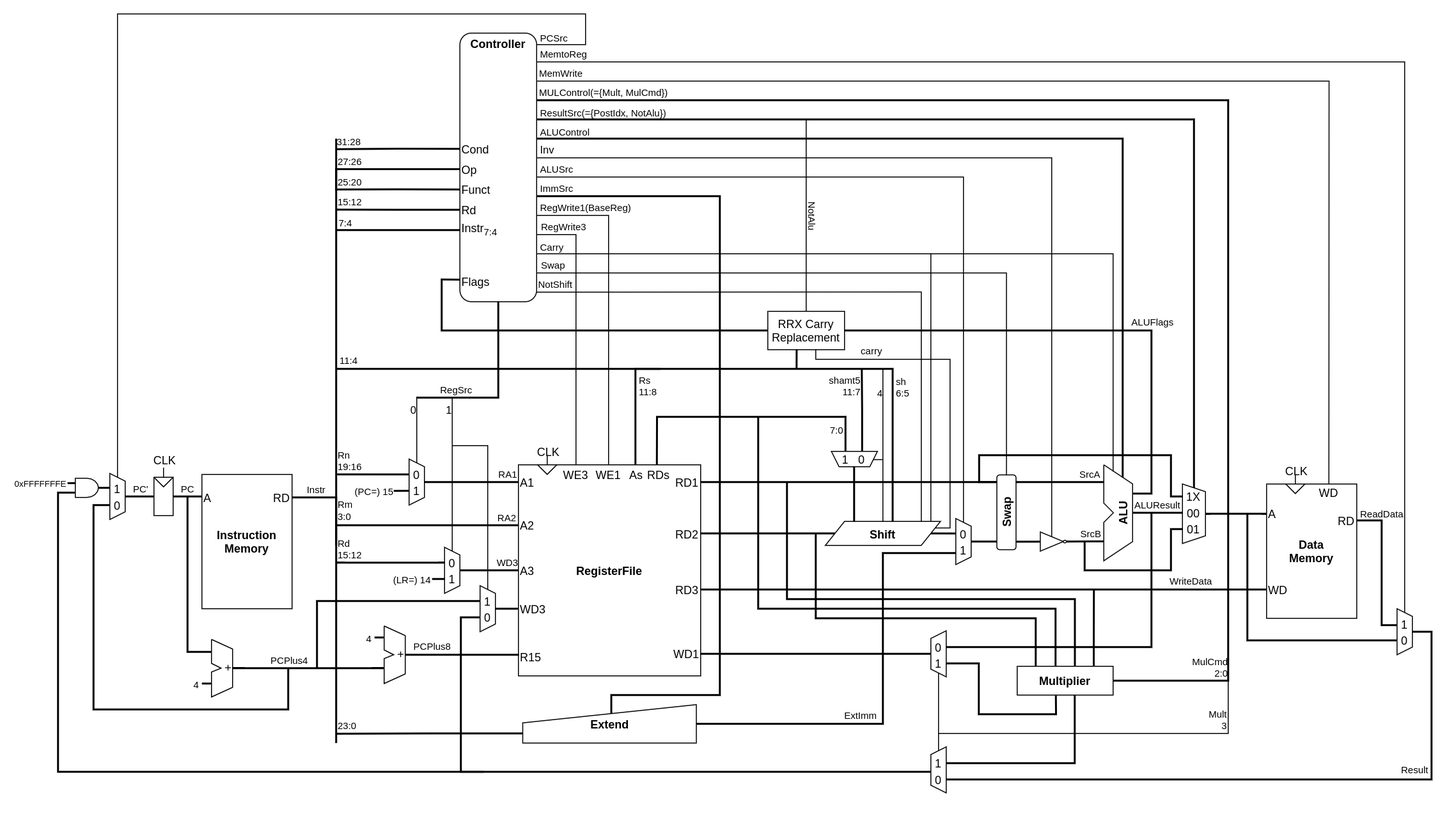
Before: asset/arm_cpu_diagram.drawio.png, a diagram exported from draw.io (takah29/arm-cpu). Source tidied: cells renumbered, new cells last; positions are measured from the earlier drawing's top-left corner, leaving out a move shared by most shapes.
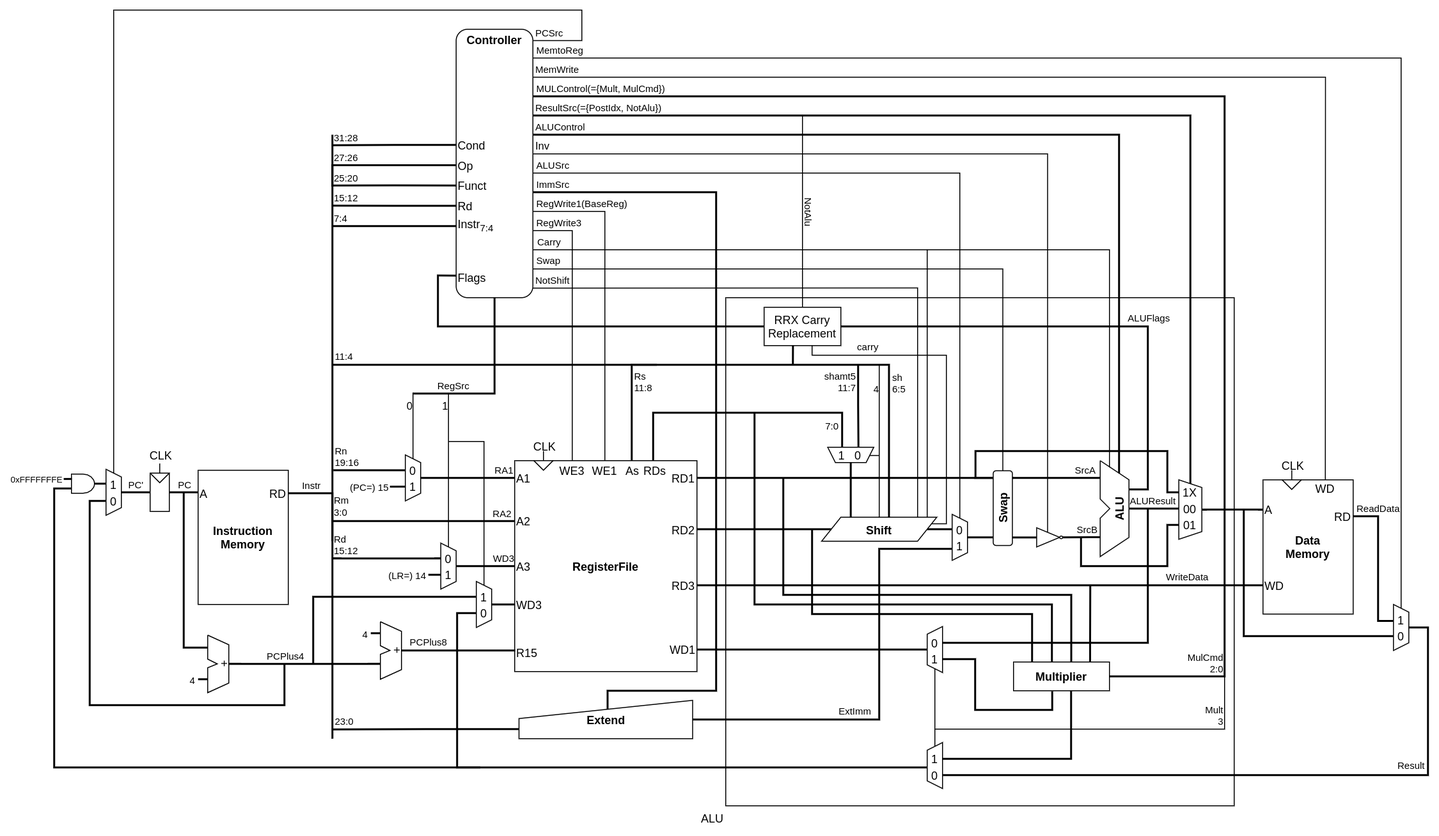
After the change.

Commit message:
Alu用のブロック追加

Diff of the diagram source:
```diff
@@ -2,6 +2,9 @@
   <root>
     <mxCell id="0" />
     <mxCell id="1" parent="0" />
+    <mxCell id="246" value="ALU" style="rounded=0;whiteSpace=wrap;html=1;verticalAlign=top;labelPosition=left;verticalLabelPosition=bottom;align=right;" parent="1" vertex="1">
+      <mxGeometry x="700" y="300" width="530" height="530" as="geometry" />
+    </mxCell>
     <mxCell id="2" style="group;" parent="1" vertex="1">
       <mxGeometry x="366" y="464" width="16" height="48" as="geometry" />
     </mxCell>
```
